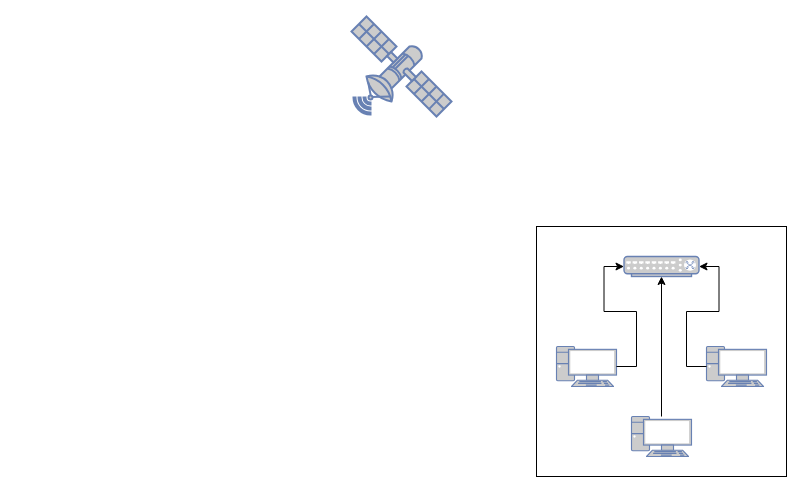
Earlier version of the draw.io diagram PhoenixSystems.drawio (ChangeNameLaterGS/Name-Netwok). Source tidied: cells renumbered, new cells numbered last; positions are measured from the earlier drawing's top-left corner, leaving out a move shared by most shapes. Both pictures are drawn from the tidied source at 100%, with x=0, y=0 at pixel (351, 16).
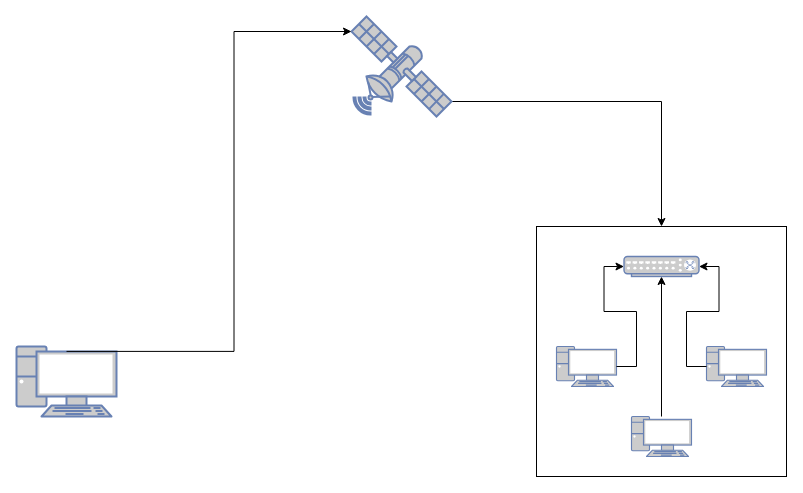
The same diagram, later.

What changed in the source:
```diff
@@
 <mxGraphModel>
   <root>
     <mxCell id="0" />
     <mxCell id="1" parent="0" />
     <mxCell id="2" style="whiteSpace=wrap;html=1;" parent="1" vertex="1">
       <mxGeometry x="185" y="210" width="250" height="250" as="geometry" />
     </mxCell>
     <mxCell id="3" style="fontColor=#0066CC;verticalAlign=top;verticalLabelPosition=bottom;labelPosition=center;align=center;html=1;outlineConnect=0;fillColor=#CCCCCC;strokeColor=#6881B3;gradientColor=none;gradientDirection=north;strokeWidth=2;shape=mxgraph.networks.pc;" parent="1" vertex="1">
       <mxGeometry x="205" y="330" width="60" height="40" as="geometry" />
     </mxCell>
     <mxCell id="4" style="fontColor=#0066CC;verticalAlign=top;verticalLabelPosition=bottom;labelPosition=center;align=center;html=1;outlineConnect=0;fillColor=#CCCCCC;strokeColor=#6881B3;gradientColor=none;gradientDirection=north;strokeWidth=2;shape=mxgraph.networks.pc;" parent="1" vertex="1">
       <mxGeometry x="355" y="330" width="60" height="40" as="geometry" />
     </mxCell>
     <mxCell id="5" style="edgeStyle=orthogonalEdgeStyle;rounded=0;jettySize=auto;html=1;" parent="1" edge="1" source="6" target="8">
       <mxGeometry relative="1" as="geometry" />
     </mxCell>
     <mxCell id="6" style="fontColor=#0066CC;verticalAlign=top;verticalLabelPosition=bottom;labelPosition=center;align=center;html=1;outlineConnect=0;fillColor=#CCCCCC;strokeColor=#6881B3;gradientColor=none;gradientDirection=north;strokeWidth=2;shape=mxgraph.networks.pc;" parent="1" vertex="1">
       <mxGeometry x="280" y="400" width="60" height="40" as="geometry" />
     </mxCell>
+    <mxCell id="11" style="edgeStyle=orthogonalEdgeStyle;rounded=0;jettySize=auto;html=1;exitX=1;exitY=0.85;exitDx=0;exitDy=0;exitPerimeter=0;entryX=0.5;entryY=0;entryDx=0;entryDy=0;" parent="1" edge="1" source="7" target="2">
+      <mxGeometry relative="1" as="geometry" />
+    </mxCell>
     <mxCell id="7" style="fontColor=#0066CC;verticalAlign=top;verticalLabelPosition=bottom;labelPosition=center;align=center;html=1;outlineConnect=0;fillColor=#CCCCCC;strokeColor=#6881B3;gradientColor=none;gradientDirection=north;strokeWidth=2;shape=mxgraph.networks.satellite;direction=east;" parent="1" vertex="1">
       <mxGeometry width="100" height="100" as="geometry" />
     </mxCell>
     <mxCell id="8" style="fontColor=#0066CC;verticalAlign=top;verticalLabelPosition=bottom;labelPosition=center;align=center;html=1;outlineConnect=0;fillColor=#CCCCCC;strokeColor=#6881B3;gradientColor=none;gradientDirection=north;strokeWidth=2;shape=mxgraph.networks.switch;" parent="1" vertex="1">
       <mxGeometry x="272.5" y="240" width="75" height="20" as="geometry" />
     </mxCell>
     <mxCell id="9" style="edgeStyle=orthogonalEdgeStyle;rounded=0;jettySize=auto;html=1;entryX=1;entryY=0.5;entryDx=0;entryDy=0;entryPerimeter=0;" parent="1" edge="1" source="4" target="8">
       <mxGeometry relative="1" as="geometry" />
     </mxCell>
     <mxCell id="10" style="edgeStyle=orthogonalEdgeStyle;rounded=0;jettySize=auto;html=1;entryX=0;entryY=0.5;entryDx=0;entryDy=0;entryPerimeter=0;" parent="1" edge="1" source="3" target="8">
       <mxGeometry relative="1" as="geometry" />
     </mxCell>
+    <mxCell id="12" style="fontColor=#0066CC;verticalAlign=top;verticalLabelPosition=bottom;labelPosition=center;align=center;html=1;outlineConnect=0;fillColor=#CCCCCC;strokeColor=#6881B3;gradientColor=none;gradientDirection=north;strokeWidth=2;shape=mxgraph.networks.pc;" parent="1" vertex="1">
+      <mxGeometry x="-335" y="330" width="100" height="70" as="geometry" />
+    </mxCell>
+    <mxCell id="13" style="edgeStyle=orthogonalEdgeStyle;rounded=0;jettySize=auto;html=1;exitX=0.5;exitY=0.07;exitDx=0;exitDy=0;exitPerimeter=0;entryX=0;entryY=0.15;entryDx=0;entryDy=0;entryPerimeter=0;" parent="1" edge="1" source="12" target="7">
+      <mxGeometry relative="1" as="geometry" />
+    </mxCell>
   </root>
 </mxGraphModel>
```
